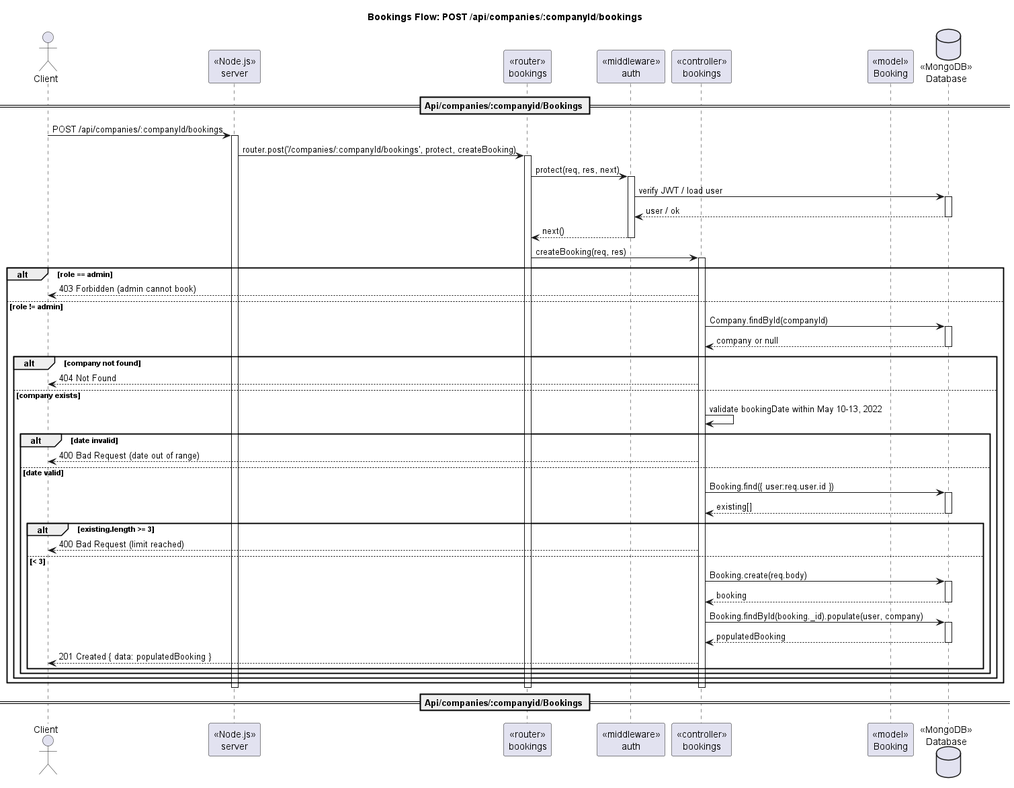
The PlantUML diagram out/docs/diagram/sequence/seq_companies_companyId_bookings_post.png in 098ff/ArtmaybeDEV, before a commit.
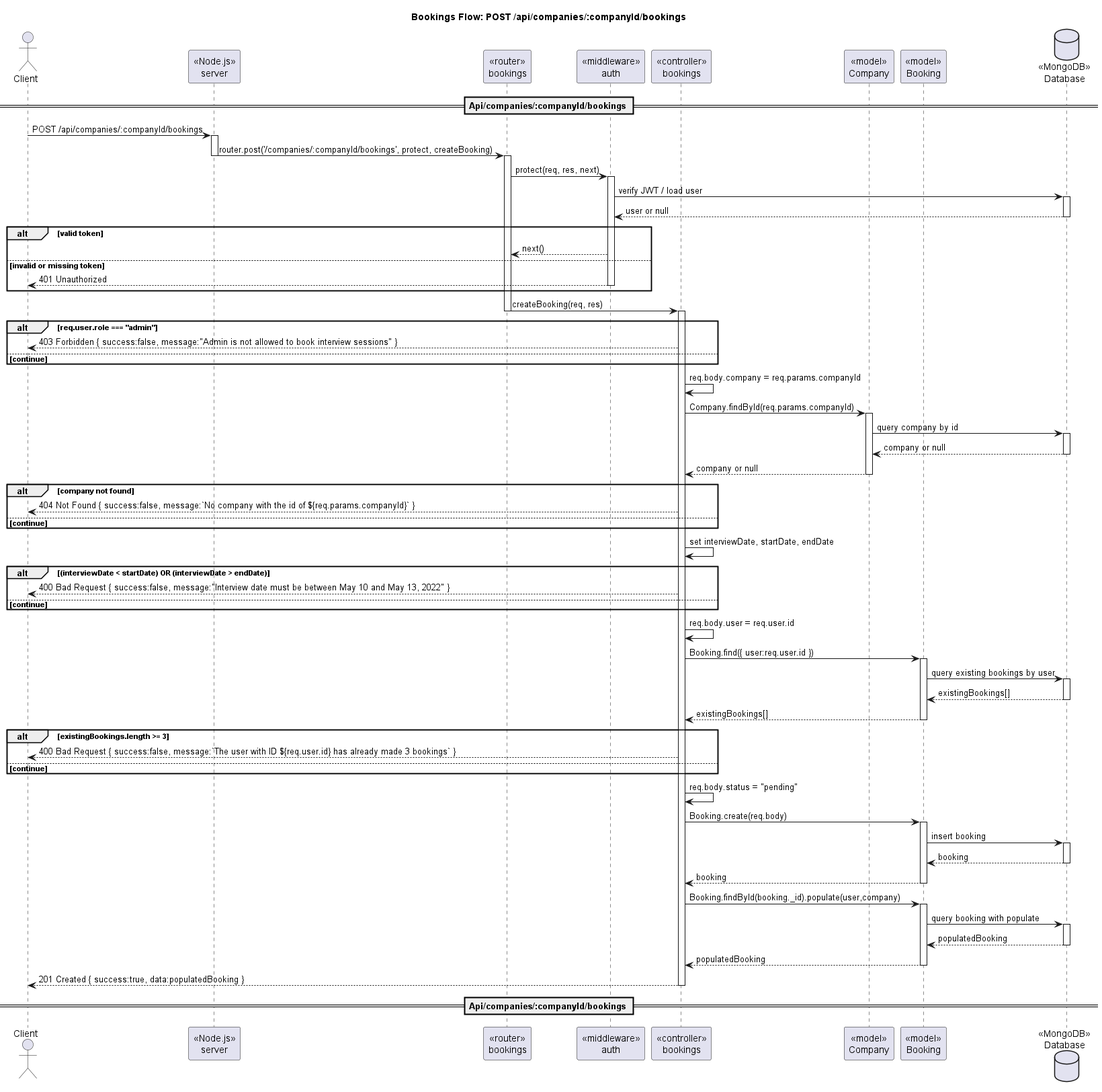
The same diagram one commit later.

Diff of the diagram source:
```diff
@@ -5,60 +5,111 @@
 participant "«router»\nbookings" as Router
 participant "«middleware»\nauth" as AuthMW
 participant "«controller»\nbookings" as Ctrl
+participant "«model»\nCompany" as CompanyModel
 participant "«model»\nBooking" as BookingModel
 database "«MongoDB»\nDatabase" as DB
 
-== Api/companies/:companyid/Bookings ==
+== Api/companies/:companyId/bookings ==
 Client -> Server : POST /api/companies/:companyId/bookings
 activate Server
 Server -> Router : router.post('/companies/:companyId/bookings', protect, createBooking)
+deactivate Server
 activate Router
+
 Router -> AuthMW : protect(req, res, next)
 activate AuthMW
 AuthMW -> DB : verify JWT / load user
 activate DB
-DB --> AuthMW : user / ok
+DB --> AuthMW : user or null
 deactivate DB
-AuthMW --> Router : next()
+
+alt valid token
+  AuthMW --> Router : next()
+else invalid or missing token
+  AuthMW --> Client : 401 Unauthorized
+  deactivate AuthMW
+end
 deactivate AuthMW
+
 Router -> Ctrl : createBooking(req, res)
+deactivate Router
 activate Ctrl
-alt role == admin
-  Ctrl --> Client : 403 Forbidden (admin cannot book)
-else role != admin
-  Ctrl -> DB : Company.findById(companyId)
-  activate DB
-  DB --> Ctrl : company or null
-  deactivate DB
-  alt company not found
-    Ctrl --> Client : 404 Not Found
-  else company exists
-    Ctrl -> Ctrl : validate bookingDate within May 10-13, 2022
-    alt date invalid
-      Ctrl --> Client : 400 Bad Request (date out of range)
-    else date valid
-      Ctrl -> DB : Booking.find({ user:req.user.id })
-      activate DB
-      DB --> Ctrl : existing[]
-      deactivate DB
-      alt existing.length >= 3
-        Ctrl --> Client : 400 Bad Request (limit reached)
-      else < 3
-        Ctrl -> DB : Booking.create(req.body)
-        activate DB
-        DB --> Ctrl : booking
-        deactivate DB
-        Ctrl -> DB : Booking.findById(booking._id).populate(user, company)
-        activate DB
-        DB --> Ctrl : populatedBooking
-        deactivate DB
-        Ctrl --> Client : 201 Created { data: populatedBooking }
-      end
-    end
-  end
+
+alt req.user.role === "admin"
+  Ctrl --> Client : 403 Forbidden { success:false, message:"Admin is not allowed to book interview sessions" }
+  deactivate Server
+else continue
 end
+
+Ctrl -> Ctrl : req.body.company = req.params.companyId
+
+Ctrl -> CompanyModel : Company.findById(req.params.companyId)
+activate CompanyModel
+CompanyModel -> DB : query company by id
+activate DB
+DB --> CompanyModel : company or null
+deactivate DB
+CompanyModel --> Ctrl : company or null
+deactivate CompanyModel
+
+alt company not found
+  Ctrl --> Client : 404 Not Found { success:false, message:`No company with the id of ${req.params.companyId}` }
+  deactivate Router
+  deactivate Server
+else continue
+end
+
+Ctrl -> Ctrl : set interviewDate, startDate, endDate
+
+alt (interviewDate < startDate) OR (interviewDate > endDate)
+  Ctrl --> Client : 400 Bad Request { success:false, message:"Interview date must be between May 10 and May 13, 2022" }
+  deactivate Router
+  deactivate Server
+else continue
+end
+
+Ctrl -> Ctrl : req.body.user = req.user.id
+
+Ctrl -> BookingModel : Booking.find({ user:req.user.id })
+activate BookingModel
+BookingModel -> DB : query existing bookings by user
+activate DB
+DB --> BookingModel : existingBookings[]
+deactivate DB
+BookingModel --> Ctrl : existingBookings[]
+deactivate BookingModel
+
+alt existingBookings.length >= 3
+  Ctrl --> Client : 400 Bad Request { success:false, message:`The user with ID ${req.user.id} has already made 3 bookings` }
+  deactivate Router
+  deactivate Server
+else continue
+end
+
+Ctrl -> Ctrl : req.body.status = "pending"
+
+Ctrl -> BookingModel : Booking.create(req.body)
+activate BookingModel
+BookingModel -> DB : insert booking
+activate DB
+DB --> BookingModel : booking
+deactivate DB
+BookingModel --> Ctrl : booking
+deactivate BookingModel
+
+Ctrl -> BookingModel : Booking.findById(booking._id).populate(user,company)
+activate BookingModel
+BookingModel -> DB : query booking with populate
+activate DB
+DB --> BookingModel : populatedBooking
+deactivate DB
+BookingModel --> Ctrl : populatedBooking
+deactivate BookingModel
+
+Ctrl --> Client : 201 Created { success:true, data:populatedBooking }
+
 deactivate Ctrl
 deactivate Router
 deactivate Server
-== Api/companies/:companyid/Bookings ==
+== Api/companies/:companyId/bookings ==
 @enduml
```
